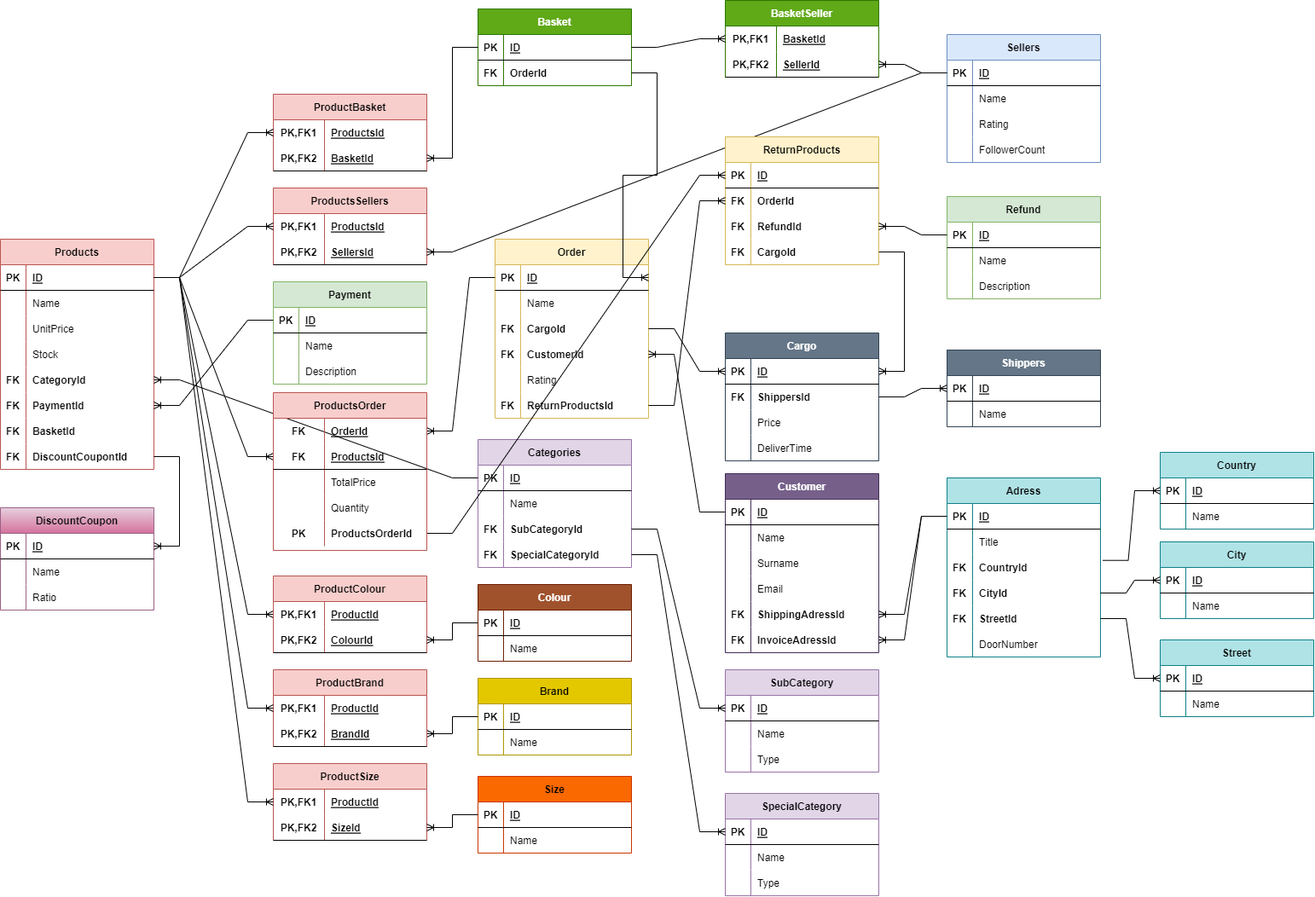
ZakirMK/Etiya-Akademi keeps this draw.io diagram as 24-11-2022_Pair9_HW.drawio.png. Above is the earlier version. Source tidied: cells renumbered, new cells last; positions are measured from the earlier drawing's top-left corner, leaving out a move shared by most shapes.
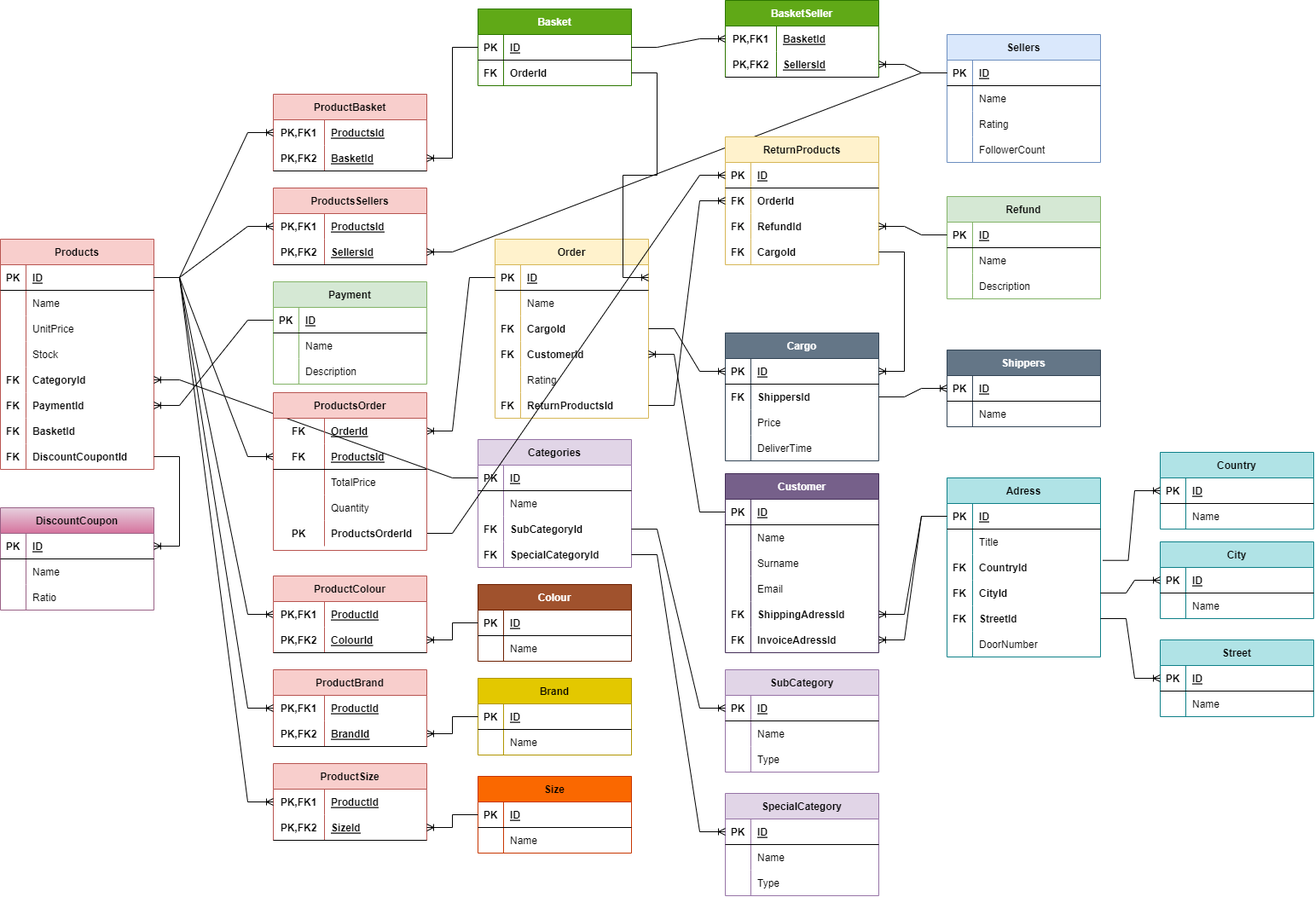
After the change.

The edit, as a diff of the source:
```diff
@@ -650,7 +650,7 @@
     <mxCell id="217" value="PK,FK2" style="shape=partialRectangle;fillColor=none;top=0;left=0;bottom=0;right=0;fontStyle=1;overflow=hidden;" parent="216" vertex="1">
       <mxGeometry width="60" height="30" as="geometry" />
     </mxCell>
-    <mxCell id="218" value="SellerId" style="shape=partialRectangle;fillColor=none;top=0;left=0;bottom=0;right=0;align=left;spacingLeft=6;fontStyle=5;overflow=hidden;" parent="216" vertex="1">
+    <mxCell id="218" value="SellersId" style="shape=partialRectangle;fillColor=none;top=0;left=0;bottom=0;right=0;align=left;spacingLeft=6;fontStyle=5;overflow=hidden;" parent="216" vertex="1">
       <mxGeometry x="60" width="120" height="30" as="geometry" />
     </mxCell>
     <mxCell id="219" style="edgeStyle=entityRelationEdgeStyle;fontSize=12;html=1;endArrow=ERoneToMany;rounded=0;entryX=0;entryY=0.5;entryDx=0;entryDy=0;exitX=1;exitY=0.5;exitDx=0;exitDy=0;" parent="1" edge="1" source="196" target="213">
```
